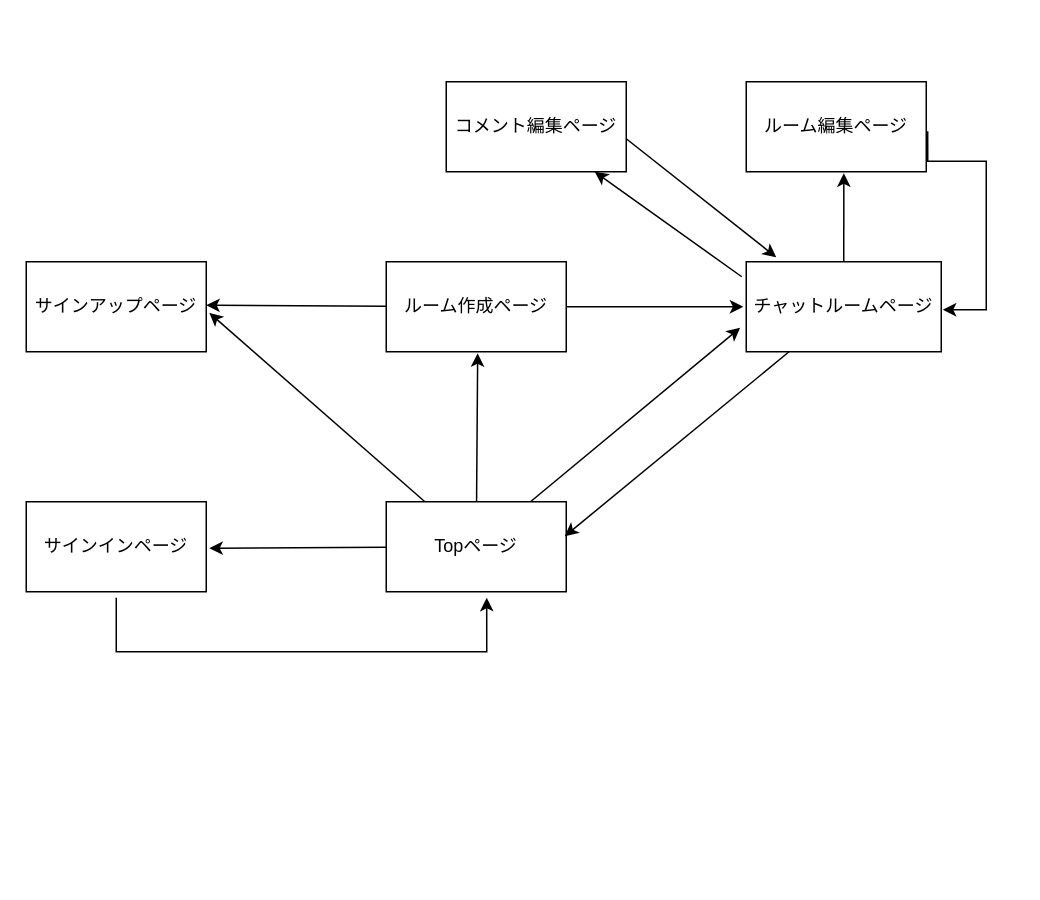
Before: bin/画面遷移図.dio in massan7251/breakpoint_app, a draw.io diagram. Source tidied: cells renumbered, new cells numbered last; positions are measured from the earlier drawing's top-left corner, leaving out a move shared by most shapes. Both pictures are drawn from the tidied source at 150%, with x=0, y=0 at pixel (26, 81).
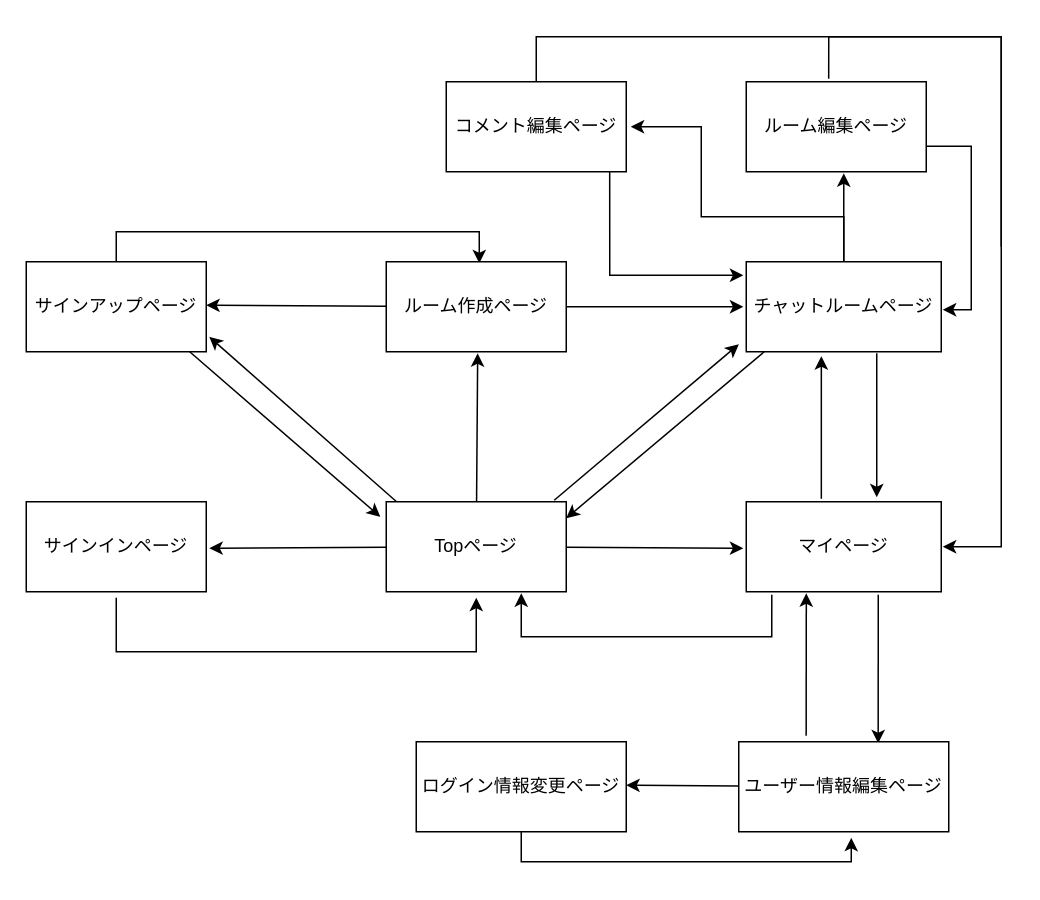
The same page after the edit.

Commit message:
画面遷移図 マイページ追加修正

Unchanged cells that the change refers to:
```xml
<mxCell id="6" value="Topページ" style="whiteSpace=wrap;html=1;align=center;newEdgeStyle={&quot;edgeStyle&quot;:&quot;elbowEdgeStyle&quot;,&quot;startArrow&quot;:&quot;none&quot;,&quot;endArrow&quot;:&quot;none&quot;};" parent="1" vertex="1">
  <mxGeometry x="240" y="280" width="120" height="60" as="geometry" />
</mxCell>
<mxCell id="7" value="サインアップページ" style="whiteSpace=wrap;html=1;align=center;newEdgeStyle={&quot;edgeStyle&quot;:&quot;elbowEdgeStyle&quot;,&quot;startArrow&quot;:&quot;none&quot;,&quot;endArrow&quot;:&quot;none&quot;};" parent="1" vertex="1">
  <mxGeometry y="120" width="120" height="60" as="geometry" />
</mxCell>
<mxCell id="12" value="ルーム作成ページ" style="whiteSpace=wrap;html=1;align=center;newEdgeStyle={&quot;edgeStyle&quot;:&quot;elbowEdgeStyle&quot;,&quot;startArrow&quot;:&quot;none&quot;,&quot;endArrow&quot;:&quot;none&quot;};" parent="1" vertex="1">
  <mxGeometry x="240" y="120" width="120" height="60" as="geometry" />
</mxCell>
<mxCell id="16" value="チャットルームページ" style="whiteSpace=wrap;html=1;align=center;newEdgeStyle={&quot;edgeStyle&quot;:&quot;elbowEdgeStyle&quot;,&quot;startArrow&quot;:&quot;none&quot;,&quot;endArrow&quot;:&quot;none&quot;};" parent="1" vertex="1">
  <mxGeometry x="480" y="120" width="130" height="60" as="geometry" />
</mxCell>
<mxCell id="18" value="ルーム編集ページ" style="whiteSpace=wrap;html=1;align=center;newEdgeStyle={&quot;edgeStyle&quot;:&quot;elbowEdgeStyle&quot;,&quot;startArrow&quot;:&quot;none&quot;,&quot;endArrow&quot;:&quot;none&quot;};" parent="1" vertex="1">
  <mxGeometry x="480" width="120" height="60" as="geometry" />
</mxCell>
<mxCell id="20" value="コメント編集ページ" style="whiteSpace=wrap;html=1;align=center;newEdgeStyle={&quot;edgeStyle&quot;:&quot;elbowEdgeStyle&quot;,&quot;startArrow&quot;:&quot;none&quot;,&quot;endArrow&quot;:&quot;none&quot;};" parent="1" vertex="1">
  <mxGeometry x="280" width="120" height="60" as="geometry" />
</mxCell>
```

Diff of the diagram source:
```diff
@@
-    <mxCell id="4" style="edgeStyle=none;rounded=0;jettySize=auto;html=1;entryX=1.017;entryY=0.567;entryDx=0;entryDy=0;entryPerimeter=0;" parent="1" edge="1" source="6" target="7">
-      <mxGeometry relative="1" as="geometry" />
+    <mxCell id="4" style="edgeStyle=none;rounded=0;jettySize=auto;html=1;exitX=0.067;exitY=0.017;exitDx=0;exitDy=0;exitPerimeter=0;" parent="1" edge="1" source="6">
+      <mxGeometry relative="1" as="geometry">
+        <mxPoint x="122" y="170" as="targetPoint" />
+      </mxGeometry>
     </mxCell>
-    <mxCell id="5" style="rounded=0;jettySize=auto;html=1;entryX=-0.031;entryY=0.733;entryDx=0;entryDy=0;entryPerimeter=0;" parent="1" edge="1" source="6" target="16">
+    <mxCell id="5" style="edgeStyle=none;rounded=0;jettySize=auto;html=1;entryX=-0.038;entryY=0.917;entryDx=0;entryDy=0;entryPerimeter=0;exitX=0.933;exitY=-0.017;exitDx=0;exitDy=0;exitPerimeter=0;" parent="1" edge="1" source="6" target="16">
       <mxGeometry relative="1" as="geometry" />
     </mxCell>
+    <mxCell id="21" style="edgeStyle=none;rounded=0;jettySize=auto;html=1;entryX=-0.015;entryY=0.517;entryDx=0;entryDy=0;entryPerimeter=0;" parent="1" edge="1" source="6" target="32">
+      <mxGeometry relative="1" as="geometry" />
+    </mxCell>
@@
+    <mxCell id="22" style="edgeStyle=orthogonalEdgeStyle;rounded=0;jettySize=auto;html=1;entryX=0.517;entryY=0.017;entryDx=0;entryDy=0;entryPerimeter=0;" parent="1" edge="1" source="7" target="12">
+      <mxGeometry relative="1" as="geometry">
+        <Array as="points">
+          <mxPoint x="60" y="100" />
+          <mxPoint x="302" y="100" />
+        </Array>
+      </mxGeometry>
+    </mxCell>
+    <mxCell id="23" style="rounded=0;jettySize=auto;html=1;entryX=-0.033;entryY=0.167;entryDx=0;entryDy=0;entryPerimeter=0;exitX=0.908;exitY=1;exitDx=0;exitDy=0;exitPerimeter=0;" parent="1" edge="1" source="7" target="6">
+      <mxGeometry relative="1" as="geometry" />
+    </mxCell>
@@
-    <mxCell id="8" style="edgeStyle=orthogonalEdgeStyle;rounded=0;jettySize=auto;html=1;entryX=0.558;entryY=1.067;entryDx=0;entryDy=0;entryPerimeter=0;" parent="1" edge="1" target="6">
+    <mxCell id="8" style="edgeStyle=orthogonalEdgeStyle;rounded=0;orthogonalLoop=1;jettySize=auto;html=1;" parent="1" edge="1">
       <mxGeometry relative="1" as="geometry">
         <mxPoint x="60" y="344" as="sourcePoint" />
+        <mxPoint x="300" y="344" as="targetPoint" />
         <Array as="points">
           <mxPoint x="60" y="380" />
-          <mxPoint x="307" y="380" />
+          <mxPoint x="300" y="380" />
         </Array>
       </mxGeometry>
     </mxCell>
@@
+    <mxCell id="14" style="edgeStyle=none;rounded=0;jettySize=auto;html=1;entryX=0.542;entryY=1.017;entryDx=0;entryDy=0;entryPerimeter=0;" parent="1" edge="1" source="16" target="18">
+      <mxGeometry relative="1" as="geometry">
+        <Array as="points">
+          <mxPoint x="545" y="90" />
+        </Array>
+      </mxGeometry>
+    </mxCell>
-    <mxCell id="13" style="edgeStyle=none;rounded=0;jettySize=auto;html=1;entryX=0.992;entryY=0.383;entryDx=0;entryDy=0;entryPerimeter=0;" parent="1" edge="1" source="16" target="6">
+    <mxCell id="13" style="edgeStyle=none;rounded=0;jettySize=auto;html=1;entryX=1;entryY=0.183;entryDx=0;entryDy=0;entryPerimeter=0;exitX=0.092;exitY=1;exitDx=0;exitDy=0;exitPerimeter=0;" parent="1" edge="1" source="16" target="6">
       <mxGeometry relative="1" as="geometry" />
     </mxCell>
-    <mxCell id="14" style="edgeStyle=none;rounded=0;jettySize=auto;html=1;entryX=0.542;entryY=1.017;entryDx=0;entryDy=0;entryPerimeter=0;" parent="1" edge="1" source="16" target="18">
-      <mxGeometry relative="1" as="geometry" />
-    </mxCell>
-    <mxCell id="15" style="edgeStyle=none;rounded=0;jettySize=auto;html=1;entryX=0.825;entryY=1;entryDx=0;entryDy=0;entryPerimeter=0;" parent="1" edge="1" target="20">
-      <mxGeometry relative="1" as="geometry">
-        <mxPoint x="477" y="130" as="sourcePoint" />
-      </mxGeometry>
-    </mxCell>
+    <mxCell id="24" style="edgeStyle=orthogonalEdgeStyle;rounded=0;jettySize=auto;html=1;endArrow=classic;endFill=1;" parent="1" edge="1" source="16">
+      <mxGeometry relative="1" as="geometry">
+        <mxPoint x="403" y="30" as="targetPoint" />
+        <Array as="points">
+          <mxPoint x="545" y="90" />
+          <mxPoint x="450" y="90" />
+          <mxPoint x="450" y="30" />
+        </Array>
+      </mxGeometry>
+    </mxCell>
+    <mxCell id="25" style="edgeStyle=none;rounded=0;orthogonalLoop=1;jettySize=auto;html=1;endArrow=classic;endFill=1;" parent="1" edge="1">
+      <mxGeometry relative="1" as="geometry">
+        <mxPoint x="567" y="181" as="sourcePoint" />
+        <mxPoint x="567" y="277" as="targetPoint" />
+      </mxGeometry>
+    </mxCell>
@@
-    <mxCell id="17" style="edgeStyle=orthogonalEdgeStyle;rounded=0;jettySize=auto;html=1;entryX=1.008;entryY=0.533;entryDx=0;entryDy=0;entryPerimeter=0;exitX=1.008;exitY=0.55;exitDx=0;exitDy=0;exitPerimeter=0;" parent="1" edge="1" source="18" target="16">
+    <mxCell id="17" style="edgeStyle=orthogonalEdgeStyle;rounded=0;jettySize=auto;html=1;entryX=1.008;entryY=0.533;entryDx=0;entryDy=0;entryPerimeter=0;exitX=1;exitY=0.717;exitDx=0;exitDy=0;exitPerimeter=0;" parent="1" edge="1" source="18" target="16">
       <mxGeometry relative="1" as="geometry">
         <Array as="points">
-          <mxPoint x="640" y="53" />
-          <mxPoint x="640" y="152" />
+          <mxPoint x="630" y="43" />
+          <mxPoint x="630" y="152" />
         </Array>
       </mxGeometry>
     </mxCell>
+    <mxCell id="26" style="edgeStyle=orthogonalEdgeStyle;rounded=0;jettySize=auto;html=1;entryX=1.008;entryY=0.5;entryDx=0;entryDy=0;entryPerimeter=0;endArrow=classic;endFill=1;exitX=0.458;exitY=-0.033;exitDx=0;exitDy=0;exitPerimeter=0;" parent="1" edge="1" source="18" target="32">
+      <mxGeometry relative="1" as="geometry">
+        <Array as="points">
+          <mxPoint x="535" y="-30" />
+          <mxPoint x="650" y="-30" />
+          <mxPoint x="650" y="310" />
+        </Array>
+      </mxGeometry>
+    </mxCell>
@@
-    <mxCell id="19" style="edgeStyle=none;rounded=0;jettySize=auto;html=1;exitX=1;exitY=0.633;exitDx=0;exitDy=0;exitPerimeter=0;" parent="1" edge="1" source="20">
-      <mxGeometry relative="1" as="geometry">
-        <mxPoint x="500" y="117" as="targetPoint" />
-      </mxGeometry>
-    </mxCell>
+    <mxCell id="27" style="edgeStyle=orthogonalEdgeStyle;rounded=0;jettySize=auto;html=1;entryX=-0.015;entryY=0.15;entryDx=0;entryDy=0;entryPerimeter=0;exitX=0.908;exitY=0.983;exitDx=0;exitDy=0;exitPerimeter=0;" parent="1" edge="1" source="20" target="16">
+      <mxGeometry relative="1" as="geometry">
+        <Array as="points">
+          <mxPoint x="389" y="129" />
+        </Array>
+      </mxGeometry>
+    </mxCell>
+    <mxCell id="28" style="edgeStyle=orthogonalEdgeStyle;rounded=0;jettySize=auto;html=1;endArrow=none;endFill=0;" parent="1" edge="1" source="20">
+      <mxGeometry relative="1" as="geometry">
+        <mxPoint x="650" y="110" as="targetPoint" />
+        <Array as="points">
+          <mxPoint x="340" y="-30" />
+          <mxPoint x="650" y="-30" />
+        </Array>
+      </mxGeometry>
+    </mxCell>
@@
+    <mxCell id="29" style="rounded=0;jettySize=auto;html=1;endArrow=classic;endFill=1;exitX=0.385;exitY=-0.033;exitDx=0;exitDy=0;exitPerimeter=0;entryX=0.385;entryY=1.05;entryDx=0;entryDy=0;entryPerimeter=0;" parent="1" edge="1" source="32" target="16">
+      <mxGeometry relative="1" as="geometry" />
+    </mxCell>
+    <mxCell id="30" style="rounded=0;jettySize=auto;html=1;entryX=0.664;entryY=0.017;entryDx=0;entryDy=0;entryPerimeter=0;endArrow=classic;endFill=1;" parent="1" edge="1" target="35">
+      <mxGeometry relative="1" as="geometry">
+        <mxPoint x="568" y="342" as="sourcePoint" />
+      </mxGeometry>
+    </mxCell>
+    <mxCell id="31" style="edgeStyle=orthogonalEdgeStyle;rounded=0;jettySize=auto;html=1;entryX=0.75;entryY=1.017;entryDx=0;entryDy=0;entryPerimeter=0;endArrow=classic;endFill=1;exitX=0.131;exitY=1.033;exitDx=0;exitDy=0;exitPerimeter=0;" parent="1" edge="1" source="32" target="6">
+      <mxGeometry relative="1" as="geometry">
+        <Array as="points">
+          <mxPoint x="497" y="370" />
+          <mxPoint x="330" y="370" />
+        </Array>
+      </mxGeometry>
+    </mxCell>
+    <mxCell id="32" value="マイページ" style="whiteSpace=wrap;html=1;align=center;newEdgeStyle={&quot;edgeStyle&quot;:&quot;elbowEdgeStyle&quot;,&quot;startArrow&quot;:&quot;none&quot;,&quot;endArrow&quot;:&quot;none&quot;};" parent="1" vertex="1">
+      <mxGeometry x="480" y="280" width="130" height="60" as="geometry" />
+    </mxCell>
+    <mxCell id="33" style="edgeStyle=none;rounded=0;jettySize=auto;html=1;endArrow=classic;endFill=1;exitX=0.321;exitY=-0.067;exitDx=0;exitDy=0;exitPerimeter=0;entryX=0.308;entryY=1.017;entryDx=0;entryDy=0;entryPerimeter=0;" parent="1" edge="1" source="35" target="32">
+      <mxGeometry relative="1" as="geometry" />
+    </mxCell>
+    <mxCell id="34" style="edgeStyle=none;rounded=0;jettySize=auto;html=1;entryX=1;entryY=0.483;entryDx=0;entryDy=0;entryPerimeter=0;endArrow=classic;endFill=1;" parent="1" edge="1" source="35" target="37">
+      <mxGeometry relative="1" as="geometry" />
+    </mxCell>
+    <mxCell id="35" value="ユーザー情報編集ページ" style="whiteSpace=wrap;html=1;align=center;newEdgeStyle={&quot;edgeStyle&quot;:&quot;elbowEdgeStyle&quot;,&quot;startArrow&quot;:&quot;none&quot;,&quot;endArrow&quot;:&quot;none&quot;};" parent="1" vertex="1">
+      <mxGeometry x="475" y="440" width="140" height="60" as="geometry" />
+    </mxCell>
+    <mxCell id="36" style="edgeStyle=orthogonalEdgeStyle;rounded=0;jettySize=auto;html=1;entryX=0.536;entryY=1.067;entryDx=0;entryDy=0;entryPerimeter=0;endArrow=classic;endFill=1;" parent="1" edge="1" source="37" target="35">
+      <mxGeometry relative="1" as="geometry">
+        <Array as="points">
+          <mxPoint x="330" y="520" />
+          <mxPoint x="550" y="520" />
+        </Array>
+      </mxGeometry>
+    </mxCell>
+    <mxCell id="37" value="ログイン情報変更ページ" style="whiteSpace=wrap;html=1;align=center;newEdgeStyle={&quot;edgeStyle&quot;:&quot;elbowEdgeStyle&quot;,&quot;startArrow&quot;:&quot;none&quot;,&quot;endArrow&quot;:&quot;none&quot;};" parent="1" vertex="1">
+      <mxGeometry x="260" y="440" width="140" height="60" as="geometry" />
+    </mxCell>
```
